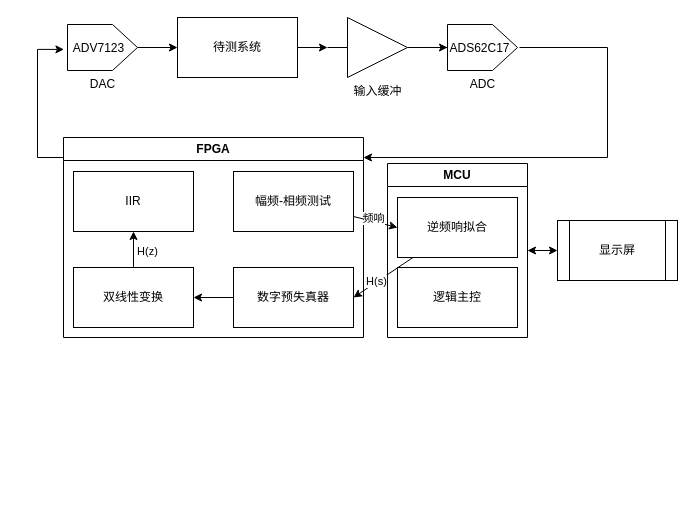
The draw.io diagram page "第 1 页" (1 of 2) of doc/框图.drawio in lolifish/EleRace2025, before the edit. Source tidied: cells renumbered, new cells numbered last; positions are measured from the earlier drawing's top-left corner, leaving out a move shared by most shapes. Both pictures are drawn from the tidied source at 100%, with x=0, y=0 at pixel (37, 17).
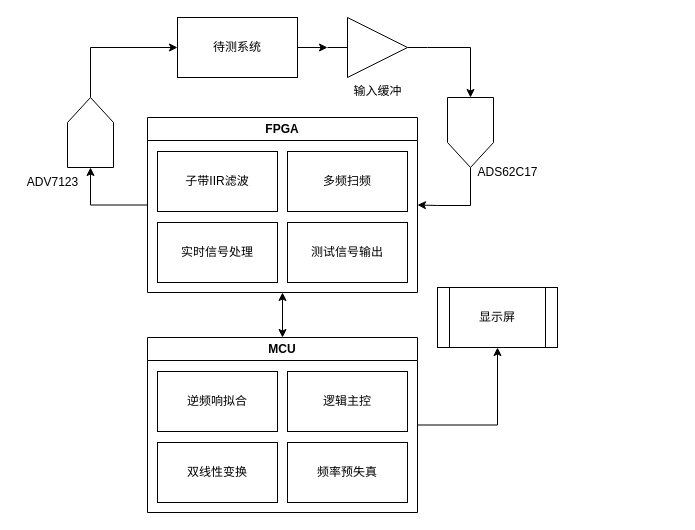
The same diagram, later.

The change refers to these unchanged cells:
```xml
<mxCell id="12" value="逆频响拟合" style="whiteSpace=wrap;html=1;" parent="11" vertex="1">
  <mxGeometry x="10" y="34" width="120" height="60" as="geometry" />
</mxCell>
<mxCell id="15" value="输入缓冲" style="verticalLabelPosition=bottom;shadow=0;dashed=0;align=center;html=1;verticalAlign=top;shape=mxgraph.electrical.logic_gates.buffer2;" parent="1" vertex="1">
  <mxGeometry x="290" width="100" height="60" as="geometry" />
</mxCell>
<mxCell id="20" value="待测系统" style="whiteSpace=wrap;html=1;" parent="1" vertex="1">
  <mxGeometry x="140" width="120" height="60" as="geometry" />
</mxCell>
```

Diff of the diagram source:
```diff
@@
+    <mxCell id="30" style="edgeStyle=orthogonalEdgeStyle;rounded=0;jettySize=auto;html=1;entryX=0.5;entryY=0;entryDx=0;entryDy=0;startArrow=classic;startFill=1;" parent="1" edge="1" source="2" target="11">
+      <mxGeometry relative="1" as="geometry" />
+    </mxCell>
     <mxCell id="2" value="FPGA" style="swimlane;whiteSpace=wrap;html=1;" parent="1" vertex="1">
-      <mxGeometry x="26" y="120" width="300" height="200" as="geometry" />
+      <mxGeometry x="110" y="100" width="270" height="175" as="geometry" />
     </mxCell>
-    <mxCell id="3" style="edgeStyle=orthogonalEdgeStyle;rounded=0;jettySize=auto;html=1;entryX=1;entryY=0.5;entryDx=0;entryDy=0;" parent="2" edge="1" source="5" target="9">
-      <mxGeometry relative="1" as="geometry" />
-    </mxCell>
-    <mxCell id="4" value="H(z)" style="edgeLabel;html=1;align=center;verticalAlign=middle;" parent="3" vertex="1">
-      <mxGeometry x="-0.27" y="-3" relative="1" as="geometry">
-        <mxPoint x="-72" y="-44" as="offset" />
-      </mxGeometry>
-    </mxCell>
-    <mxCell id="5" value="数字预失真器" style="whiteSpace=wrap;html=1;" parent="2" vertex="1">
-      <mxGeometry x="170" y="130" width="120" height="60" as="geometry" />
-    </mxCell>
-    <mxCell id="6" value="幅频-相频测试" style="whiteSpace=wrap;html=1;" parent="2" vertex="1">
-      <mxGeometry x="170" y="34" width="120" height="60" as="geometry" />
+    <mxCell id="6" value="多频扫频" style="whiteSpace=wrap;html=1;" parent="2" vertex="1">
+      <mxGeometry x="140" y="34" width="120" height="60" as="geometry" />
     </mxCell>
-    <mxCell id="7" value="IIR" style="whiteSpace=wrap;html=1;" parent="2" vertex="1">
-      <mxGeometry x="10" y="34" width="120" height="60" as="geometry" />
+    <mxCell id="7" value="测试信号输出" style="whiteSpace=wrap;html=1;" parent="2" vertex="1">
+      <mxGeometry x="140" y="105" width="120" height="60" as="geometry" />
     </mxCell>
-    <mxCell id="8" style="edgeStyle=orthogonalEdgeStyle;rounded=0;jettySize=auto;html=1;entryX=0.5;entryY=1;entryDx=0;entryDy=0;" parent="2" edge="1" source="9" target="7">
-      <mxGeometry relative="1" as="geometry" />
-    </mxCell>
-    <mxCell id="9" value="双线性变换" style="whiteSpace=wrap;html=1;" parent="2" vertex="1">
-      <mxGeometry x="10" y="130" width="120" height="60" as="geometry" />
-    </mxCell>
+    <mxCell id="31" value="子带IIR滤波" style="whiteSpace=wrap;html=1;" parent="2" vertex="1">
+      <mxGeometry x="10" y="34" width="120" height="60" as="geometry" />
+    </mxCell>
+    <mxCell id="32" value="实时信号处理" style="whiteSpace=wrap;html=1;" parent="2" vertex="1">
+      <mxGeometry x="10" y="105" width="120" height="60" as="geometry" />
+    </mxCell>
-    <mxCell id="10" style="edgeStyle=orthogonalEdgeStyle;rounded=0;jettySize=auto;html=1;entryX=0;entryY=0.5;entryDx=0;entryDy=0;startArrow=classic;startFill=1;" parent="1" edge="1" source="11" target="14">
+    <mxCell id="10" style="edgeStyle=orthogonalEdgeStyle;rounded=0;jettySize=auto;html=1;entryX=0.5;entryY=1;entryDx=0;entryDy=0;" parent="1" edge="1" source="11" target="14">
       <mxGeometry relative="1" as="geometry" />
     </mxCell>
     <mxCell id="11" value="MCU" style="swimlane;whiteSpace=wrap;html=1;" parent="1" vertex="1">
-      <mxGeometry x="350" y="146" width="140" height="174" as="geometry" />
+      <mxGeometry x="110" y="320" width="270" height="175" as="geometry" />
     </mxCell>
@@
     <mxCell id="13" value="逻辑主控" style="whiteSpace=wrap;html=1;" parent="11" vertex="1">
-      <mxGeometry x="10" y="104" width="120" height="60" as="geometry" />
+      <mxGeometry x="140" y="34" width="120" height="60" as="geometry" />
     </mxCell>
+    <mxCell id="9" value="双线性变换" style="whiteSpace=wrap;html=1;" parent="11" vertex="1">
+      <mxGeometry x="10" y="105" width="120" height="60" as="geometry" />
+    </mxCell>
+    <mxCell id="33" value="频率预失真" style="whiteSpace=wrap;html=1;" parent="11" vertex="1">
+      <mxGeometry x="140" y="105" width="120" height="60" as="geometry" />
+    </mxCell>
     <mxCell id="14" value="显示屏" style="shape=process;whiteSpace=wrap;html=1;backgroundOutline=1;" parent="1" vertex="1">
-      <mxGeometry x="520" y="203" width="120" height="60" as="geometry" />
+      <mxGeometry x="400" y="270" width="120" height="60" as="geometry" />
     </mxCell>
@@
+    <mxCell id="34" style="edgeStyle=orthogonalEdgeStyle;rounded=0;jettySize=auto;html=1;entryX=1;entryY=0.5;entryDx=0;entryDy=0;" parent="1" edge="1" source="16" target="2">
+      <mxGeometry relative="1" as="geometry">
+        <Array as="points">
+          <mxPoint x="433" y="188" />
+          <mxPoint x="400" y="188" />
+        </Array>
+      </mxGeometry>
+    </mxCell>
-    <mxCell id="16" value="ADC" style="verticalLabelPosition=bottom;shadow=0;dashed=0;align=center;html=1;verticalAlign=top;shape=mxgraph.electrical.abstract.dac;direction=east;" parent="1" vertex="1">
-      <mxGeometry x="410" y="7" width="70" height="46" as="geometry" />
+    <mxCell id="16" style="verticalLabelPosition=bottom;shadow=0;dashed=0;align=center;html=1;verticalAlign=top;shape=mxgraph.electrical.abstract.dac;direction=south;" parent="1" vertex="1">
+      <mxGeometry x="410" y="80" width="46" height="70" as="geometry" />
     </mxCell>
     <mxCell id="17" style="edgeStyle=orthogonalEdgeStyle;rounded=0;jettySize=auto;html=1;entryX=0;entryY=0.5;entryDx=0;entryDy=0;" parent="1" edge="1" source="18" target="20">
-      <mxGeometry relative="1" as="geometry" />
+      <mxGeometry relative="1" as="geometry">
+        <Array as="points">
+          <mxPoint x="53" y="30" />
+        </Array>
+      </mxGeometry>
     </mxCell>
-    <mxCell id="18" value="DAC" style="verticalLabelPosition=bottom;shadow=0;dashed=0;align=center;html=1;verticalAlign=top;shape=mxgraph.electrical.abstract.dac;" parent="1" vertex="1">
-      <mxGeometry x="30" y="7" width="70" height="46" as="geometry" />
+    <mxCell id="18" style="verticalLabelPosition=bottom;shadow=0;dashed=0;align=center;html=1;verticalAlign=top;shape=mxgraph.electrical.abstract.dac;direction=north;" parent="1" vertex="1">
+      <mxGeometry x="30" y="80" width="46" height="70" as="geometry" />
     </mxCell>
@@
-    <mxCell id="21" style="edgeStyle=orthogonalEdgeStyle;rounded=0;jettySize=auto;html=1;entryX=0;entryY=0.5;entryDx=0;entryDy=0;entryPerimeter=0;" parent="1" edge="1" source="15" target="16">
-      <mxGeometry relative="1" as="geometry" />
-    </mxCell>
     <mxCell id="22" value="ADS62C17" style="text;html=1;align=center;verticalAlign=middle;points=[];strokeColor=none;fillColor=none;" parent="1" vertex="1">
-      <mxGeometry x="402" y="16" width="80" height="30" as="geometry" />
+      <mxGeometry x="430" y="140" width="80" height="30" as="geometry" />
     </mxCell>
     <mxCell id="23" value="ADV7123" style="text;html=1;align=center;verticalAlign=middle;points=[];strokeColor=none;fillColor=none;" parent="1" vertex="1">
-      <mxGeometry x="26" y="16" width="70" height="30" as="geometry" />
+      <mxGeometry x="-20" y="150" width="70" height="30" as="geometry" />
     </mxCell>
-    <mxCell id="24" style="rounded=0;jettySize=auto;html=1;entryX=0;entryY=0.5;entryDx=0;entryDy=0;" parent="1" edge="1" source="6" target="12">
-      <mxGeometry relative="1" as="geometry" />
-    </mxCell>
-    <mxCell id="25" value="频响" style="edgeLabel;html=1;align=center;verticalAlign=middle;" parent="24" vertex="1">
-      <mxGeometry x="-0.18" y="3" relative="1" as="geometry" />
-    </mxCell>
-    <mxCell id="26" style="rounded=0;jettySize=auto;html=1;entryX=1;entryY=0.5;entryDx=0;entryDy=0;" parent="1" edge="1" source="12" target="5">
-      <mxGeometry relative="1" as="geometry" />
-    </mxCell>
-    <mxCell id="27" value="H(s)" style="edgeLabel;html=1;align=center;verticalAlign=middle;" parent="26" vertex="1">
-      <mxGeometry x="0.28" y="3" relative="1" as="geometry">
-        <mxPoint y="-5" as="offset" />
-      </mxGeometry>
-    </mxCell>
-    <mxCell id="28" style="edgeStyle=orthogonalEdgeStyle;rounded=0;jettySize=auto;html=1;entryX=0.006;entryY=0.53;entryDx=0;entryDy=0;entryPerimeter=0;" parent="1" edge="1" source="2" target="23">
-      <mxGeometry relative="1" as="geometry">
-        <Array as="points">
-          <mxPoint y="140" />
-          <mxPoint y="32" />
-        </Array>
-      </mxGeometry>
-    </mxCell>
-    <mxCell id="29" style="edgeStyle=orthogonalEdgeStyle;rounded=0;jettySize=auto;html=1;entryX=1;entryY=0.1;entryDx=0;entryDy=0;entryPerimeter=0;" parent="1" edge="1" source="22" target="2">
-      <mxGeometry relative="1" as="geometry">
-        <Array as="points">
-          <mxPoint x="570" y="30" />
-          <mxPoint x="570" y="140" />
-        </Array>
-      </mxGeometry>
-    </mxCell>
+    <mxCell id="21" style="edgeStyle=orthogonalEdgeStyle;rounded=0;jettySize=auto;html=1;entryX=0;entryY=0.5;entryDx=0;entryDy=0;entryPerimeter=0;" parent="1" edge="1" source="15" target="16">
+      <mxGeometry relative="1" as="geometry" />
+    </mxCell>
+    <mxCell id="35" style="edgeStyle=orthogonalEdgeStyle;rounded=0;jettySize=auto;html=1;entryX=0;entryY=0.5;entryDx=0;entryDy=0;entryPerimeter=0;" parent="1" edge="1" source="2" target="18">
+      <mxGeometry relative="1" as="geometry" />
+    </mxCell>
```
